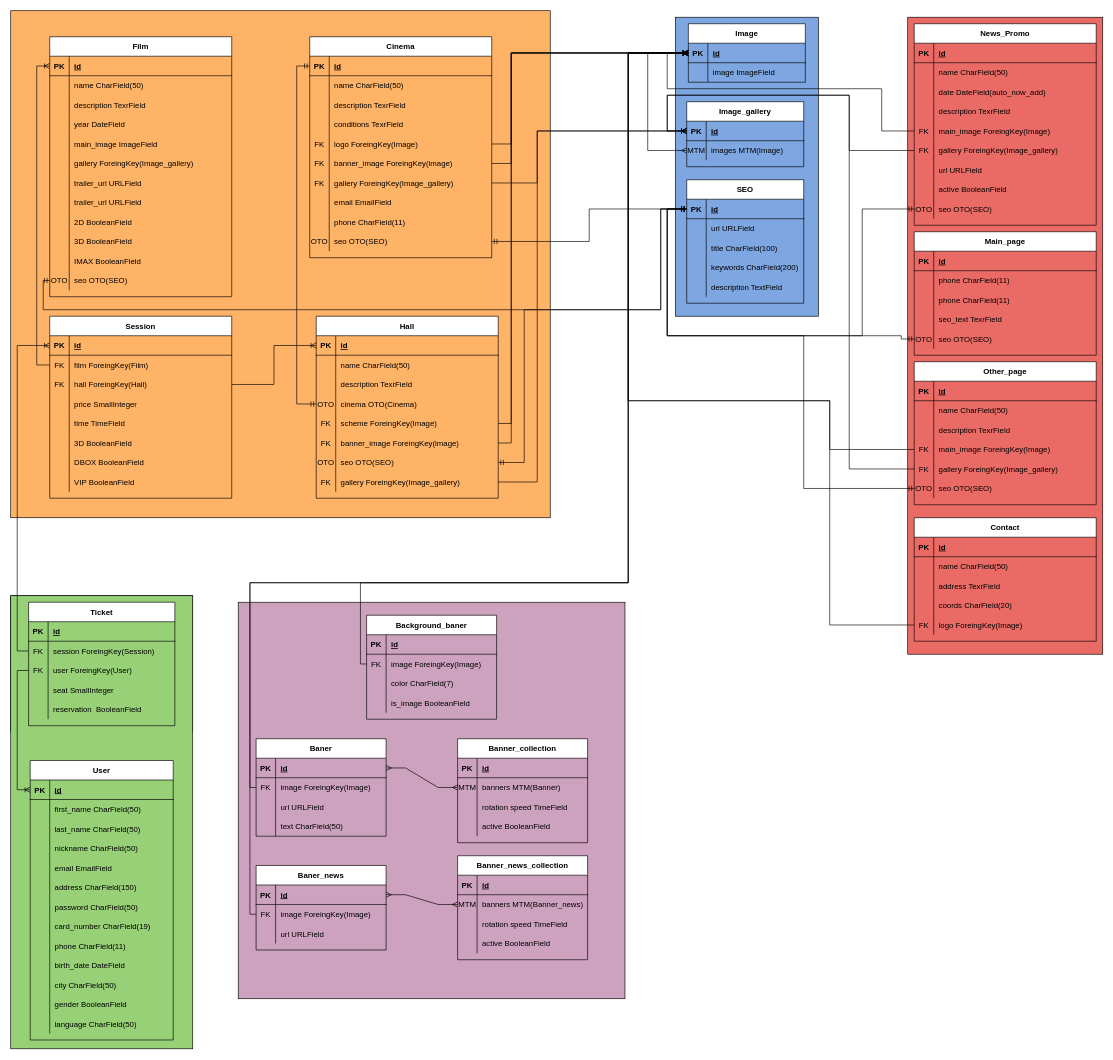
Vlad-Tsaryk/KinoCMS keeps this draw.io diagram as KinoCMS.drawio. Above is the earlier version. Source tidied: cells renumbered, new cells numbered last; positions are measured from the earlier drawing's top-left corner, leaving out a move shared by most shapes. Both pictures are drawn from the tidied source at 65%, with x=0, y=0 at pixel (10, 10).
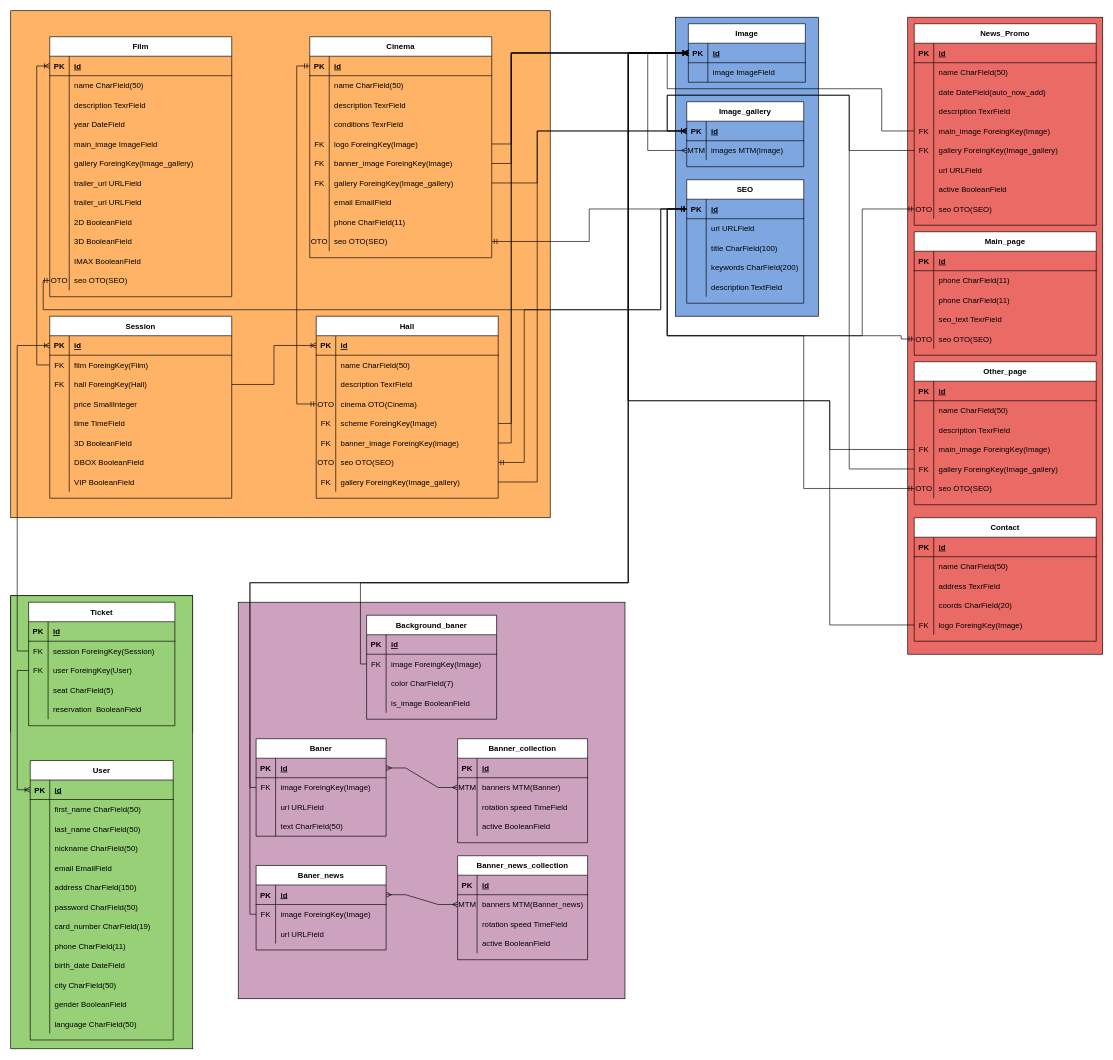
The same diagram, later.

Unchanged cells that the change refers to:
```xml
<mxCell id="269" style="shape=tableRow;horizontal=0;startSize=0;swimlaneHead=0;swimlaneBody=0;fillColor=none;top=0;left=0;right=0;bottom=0;" parent="259" vertex="1">
  <mxGeometry y="120" width="225" height="30" as="geometry" />
</mxCell>
```

What changed in the source:
```diff
@@
-    <mxCell id="271" value=" seat SmallInteger" style="shape=partialRectangle;fillColor=none;top=0;left=0;bottom=0;right=0;align=left;spacingLeft=6;overflow=hidden;" parent="269" vertex="1">
+    <mxCell id="271" value=" seat CharField(5)" style="shape=partialRectangle;fillColor=none;top=0;left=0;bottom=0;right=0;align=left;spacingLeft=6;overflow=hidden;" parent="269" vertex="1">
       <mxGeometry x="30" width="195" height="30" as="geometry" />
     </mxCell>
```
